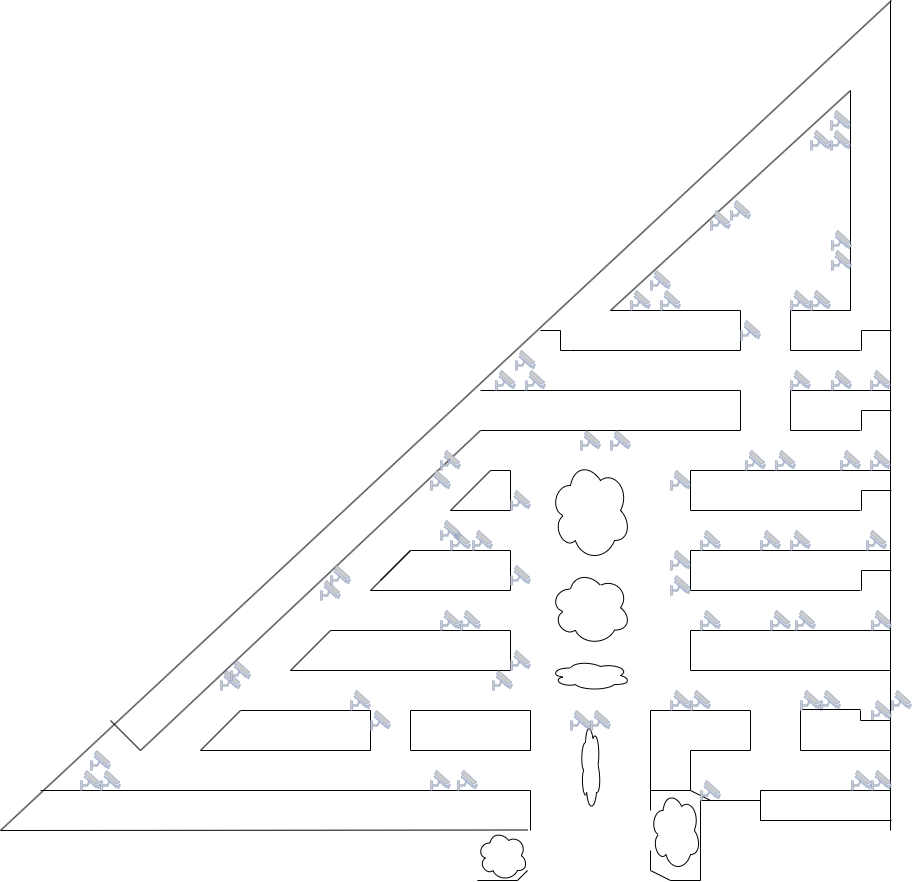
Above: Mapa.drawio.png in 0002itz/pruevas-registro-de-seguridad (draw.io), before the change. Source tidied: cells renumbered, new cells last; positions are measured from the earlier drawing's top-left corner, leaving out a move shared by most shapes.
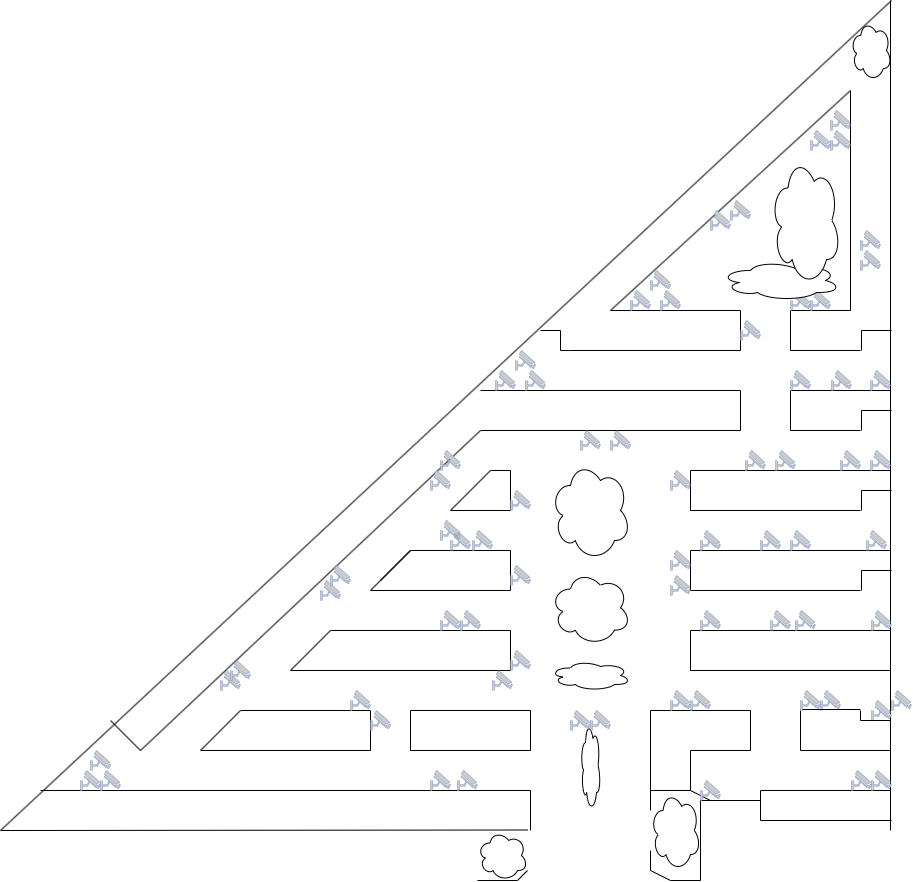
Above is the later version.

What changed in the source:
```diff
@@ -672,10 +672,10 @@
       <mxGeometry x="810" y="290" width="20" height="20" as="geometry" />
     </mxCell>
     <mxCell id="140" style="fontColor=#0066CC;verticalAlign=top;verticalLabelPosition=bottom;labelPosition=center;align=center;html=1;fillColor=#CCCCCC;strokeColor=#6881B3;gradientColor=none;gradientDirection=north;strokeWidth=2;shape=mxgraph.networks.security_camera;" parent="1" vertex="1">
-      <mxGeometry x="831" y="250" width="20" height="20" as="geometry" />
+      <mxGeometry x="860" y="250" width="20" height="20" as="geometry" />
     </mxCell>
     <mxCell id="141" style="fontColor=#0066CC;verticalAlign=top;verticalLabelPosition=bottom;labelPosition=center;align=center;html=1;fillColor=#CCCCCC;strokeColor=#6881B3;gradientColor=none;gradientDirection=north;strokeWidth=2;shape=mxgraph.networks.security_camera;" parent="1" vertex="1">
-      <mxGeometry x="831" y="230" width="20" height="20" as="geometry" />
+      <mxGeometry x="860" y="230" width="20" height="20" as="geometry" />
     </mxCell>
     <mxCell id="142" style="fontColor=#0066CC;verticalAlign=top;verticalLabelPosition=bottom;labelPosition=center;align=center;html=1;fillColor=#CCCCCC;strokeColor=#6881B3;gradientColor=none;gradientDirection=north;strokeWidth=2;shape=mxgraph.networks.security_camera;" parent="1" vertex="1">
       <mxGeometry x="831" y="370" width="20" height="20" as="geometry" />
@@ -710,5 +710,14 @@
     <mxCell id="152" style="fontColor=#0066CC;verticalAlign=top;verticalLabelPosition=bottom;labelPosition=center;align=center;html=1;fillColor=#CCCCCC;strokeColor=#6881B3;gradientColor=none;gradientDirection=north;strokeWidth=2;shape=mxgraph.networks.security_camera;" parent="1" vertex="1">
       <mxGeometry x="810" y="130" width="20" height="20" as="geometry" />
     </mxCell>
+    <mxCell id="153" style="ellipse;shape=cloud;whiteSpace=wrap;html=1;" parent="1" vertex="1">
+      <mxGeometry x="720" y="260" width="120" height="40" as="geometry" />
+    </mxCell>
+    <mxCell id="154" style="ellipse;shape=cloud;whiteSpace=wrap;html=1;" parent="1" vertex="1">
+      <mxGeometry x="850" y="20" width="41" height="60" as="geometry" />
+    </mxCell>
+    <mxCell id="155" style="ellipse;shape=cloud;whiteSpace=wrap;html=1;" parent="1" vertex="1">
+      <mxGeometry x="770" y="155" width="70" height="130" as="geometry" />
+    </mxCell>
   </root>
 </mxGraphModel>
```
